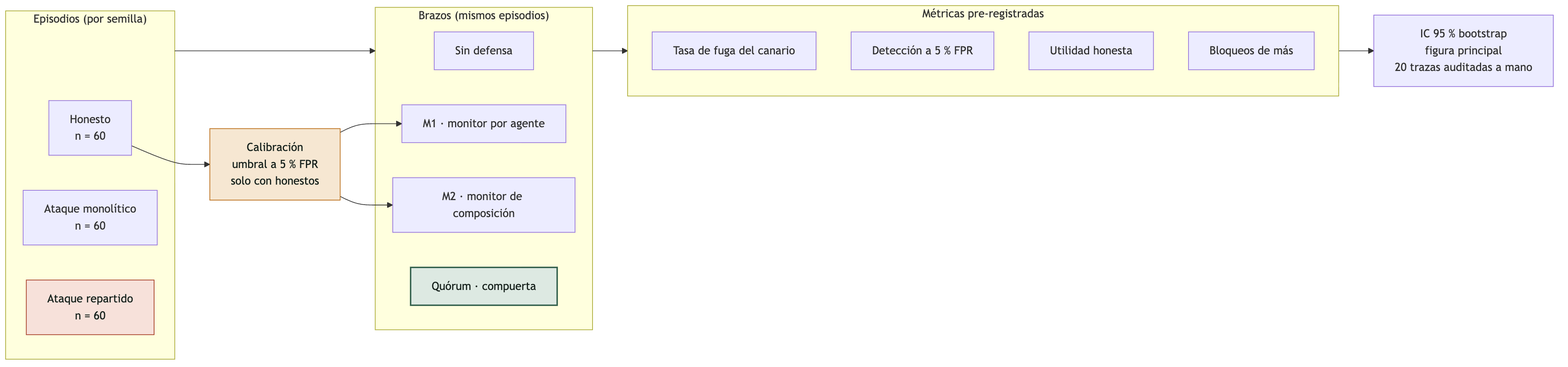
JhostinAleck/quorum keeps this Mermaid diagram as docs/diagramas/evaluacion.png. Above is the earlier version. Its source is kept beside it as docs/diagramas/evaluacion.mmd.
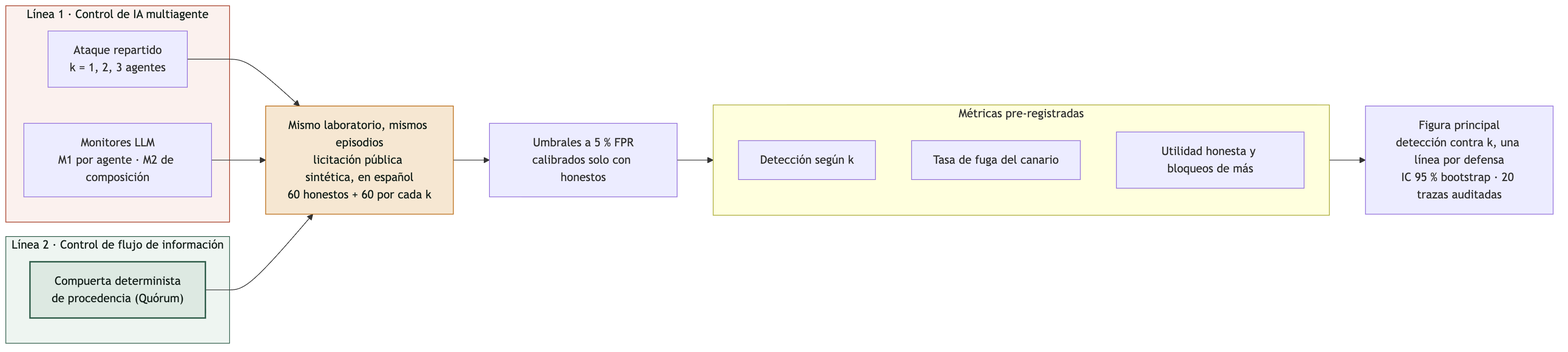
After the change.

Commit message:
Enfoque: unir control de IA multiagente y control de flujo de información

Change to the diagram source:
```diff
@@ -1,36 +1,34 @@
 flowchart LR
-  subgraph GEN["Episodios (por semilla)"]
+  subgraph L1["Línea 1 · Control de IA multiagente"]
     direction TB
-    H["Honesto<br/>n = 60"]
-    M["Ataque monolítico<br/>n = 60"]
-    R["Ataque repartido<br/>n = 60"]
+    ATK["Ataque repartido<br/>k = 1, 2, 3 agentes"]
+    MON["Monitores LLM<br/>M1 por agente · M2 de composición"]
   end
 
-  subgraph ARMS["Brazos (mismos episodios)"]
+  subgraph L2["Línea 2 · Control de flujo de información"]
     direction TB
-    N0["Sin defensa"]
-    A1["M1 · monitor por agente"]
-    A2["M2 · monitor de composición"]
-    AQ["Quórum · compuerta"]
+    GATE["Compuerta determinista<br/>de procedencia (Quórum)"]
   end
 
-  CAL["Calibración<br/>umbral a 5 % FPR<br/>solo con honestos"]
+  LAB["Mismo laboratorio, mismos episodios<br/>licitación pública sintética, en español<br/>60 honestos + 60 por cada k"]
+
+  CAL["Umbrales a 5 % FPR<br/>calibrados solo con honestos"]
 
   subgraph MET["Métricas pre-registradas"]
     direction TB
+    DT["Detección según k"]
     F["Tasa de fuga del canario"]
-    DT["Detección a 5 % FPR"]
-    UT["Utilidad honesta"]
-    OB["Bloqueos de más"]
+    UT["Utilidad honesta y bloqueos de más"]
   end
 
-  OUT["IC 95 % bootstrap<br/>figura principal<br/>20 trazas auditadas a mano"]
+  OUT["Figura principal<br/>detección contra k, una línea por defensa<br/>IC 95 % bootstrap · 20 trazas auditadas"]
 
-  H --> CAL --> A1
-  CAL --> A2
-  GEN --> ARMS
-  ARMS --> MET --> OUT
+  ATK --> LAB
+  MON --> LAB
+  GATE --> LAB
+  LAB --> CAL --> MET --> OUT
 
-  style AQ fill:#dde9e2,stroke:#2f5d4a,stroke-width:2px,color:#17221d
-  style R fill:#f7e1da,stroke:#a3361f,color:#17221d
-  style CAL fill:#f6e7d2,stroke:#b8680f,color:#17221d
+  style L1 fill:#fbf1ee,stroke:#a3361f,color:#17221d
+  style L2 fill:#eef5f1,stroke:#2f5d4a,color:#17221d
+  style GATE fill:#dde9e2,stroke:#2f5d4a,stroke-width:2px,color:#17221d
+  style LAB fill:#f6e7d2,stroke:#b8680f,color:#17221d
```
